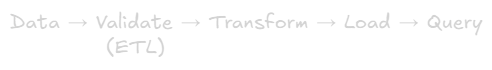
Dzaakk/Learning-Notes keeps this Excalidraw diagram as Phase-2-Data-and-Storage/05-Analytical-Storage/images/schema-on-write.png. Above is the earlier version. Source tidied: one line per element, renumbered; positions are measured from the earlier drawing's top-left corner, leaving out a move shared by most shapes. Its diagram source:
```json
{"id": 0, "type": "text", "text": "Data → Validate → Transform → Load → Query\n            (ETL)", "strokeColor": "#1e1e1e", "strokeWidth": 2, "roughness": 1, "fontSize": 20, "fontFamily": 5, "x": 0, "y": 0, "width": 473, "height": 50}
```
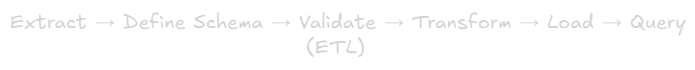
The same file after the commit.

Commit message:
enhance schema on read vs write, add file formats row oriented

Change to the diagram source:
```diff
@@ -1,1 +1,1 @@
-{"id": 0, "type": "text", "text": "Data → Validate → Transform → Load → Query\n            (ETL)", "strokeColor": "#1e1e1e", "strokeWidth": 2, "roughness": 1, "fontSize": 20, "fontFamily": 5, "x": 0, "y": 0, "width": 473, "height": 50}
+{"id": 1, "type": "text", "text": "Extract → Define Schema → Validate → Transform → Load → Query\n                                     (ETL)", "strokeColor": "#1e1e1e", "strokeWidth": 2, "roughness": 1, "fontSize": 20, "fontFamily": 5, "x": 584, "y": 4, "width": 676, "height": 50}
```
